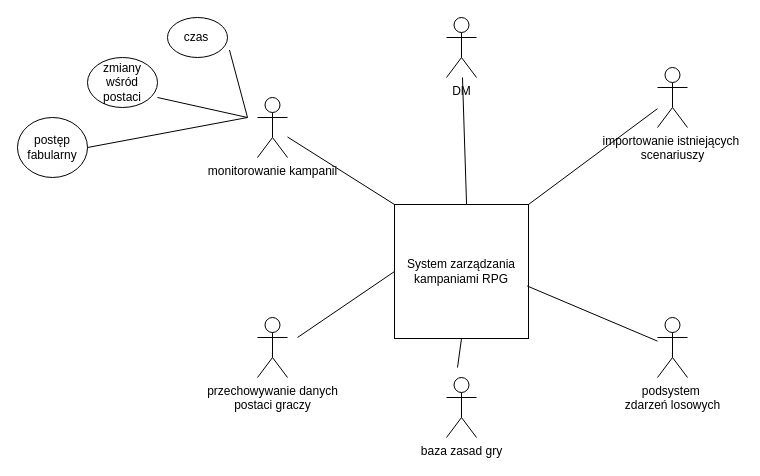
Above: Diagram bez tytułu.drawio in Bundamm/REPOOOOOOOOOOO12 (draw.io), before the change. Source tidied: cells renumbered, new cells numbered last; positions are measured from the earlier drawing's top-left corner, leaving out a move shared by most shapes. Both pictures are drawn from the tidied source at 100%, with x=0, y=0 at pixel (17, 17).
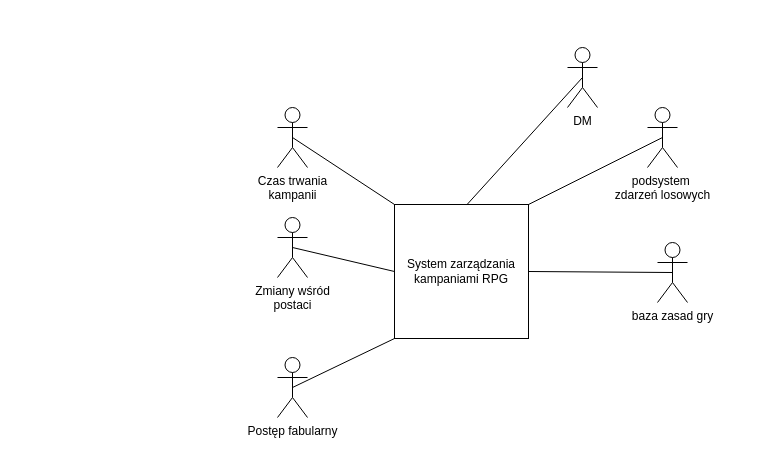
The same diagram, later.

The change refers to these unchanged cells:
```xml
<mxCell id="2" value="System zarządzania kampaniami RPG" style="whiteSpace=wrap;html=1;" parent="1" vertex="1">
  <mxGeometry x="377" y="187" width="134" height="134" as="geometry" />
</mxCell>
```

Diff of the diagram source:
```diff
@@
     <mxCell id="3" value="DM" style="shape=umlActor;verticalLabelPosition=bottom;verticalAlign=top;html=1;outlineConnect=0;" parent="1" vertex="1">
-      <mxGeometry x="429" width="30" height="60" as="geometry" />
+      <mxGeometry x="550" y="30" width="30" height="60" as="geometry" />
     </mxCell>
-    <mxCell id="4" value="importowanie istniejących&amp;nbsp;&lt;div&gt;scenariuszy&lt;/div&gt;" style="shape=umlActor;verticalLabelPosition=bottom;verticalAlign=top;html=1;outlineConnect=0;" parent="1" vertex="1">
-      <mxGeometry x="640" y="50" width="30" height="60" as="geometry" />
-    </mxCell>
-    <mxCell id="5" value="monitorowanie kampanii" style="shape=umlActor;verticalLabelPosition=bottom;verticalAlign=top;html=1;outlineConnect=0;" parent="1" vertex="1">
-      <mxGeometry x="240" y="80" width="30" height="60" as="geometry" />
-    </mxCell>
-    <mxCell id="6" value="przechowywanie danych&lt;div&gt;postaci graczy&lt;/div&gt;" style="shape=umlActor;verticalLabelPosition=bottom;verticalAlign=top;html=1;" parent="1" vertex="1">
-      <mxGeometry x="240" y="300" width="30" height="60" as="geometry" />
-    </mxCell>
     <mxCell id="7" value="podsystem&amp;nbsp;&lt;div&gt;zdarzeń losowych&lt;/div&gt;" style="shape=umlActor;verticalLabelPosition=bottom;verticalAlign=top;html=1;outlineConnect=0;" parent="1" vertex="1">
-      <mxGeometry x="640" y="300" width="30" height="60" as="geometry" />
+      <mxGeometry x="630" y="90" width="30" height="60" as="geometry" />
     </mxCell>
-    <mxCell id="8" style="endArrow=none;html=1;rounded=0;exitX=0.538;exitY=0.004;exitDx=0;exitDy=0;exitPerimeter=0;" parent="1" edge="1" source="2" target="3">
+    <mxCell id="8" style="endArrow=none;html=1;rounded=0;exitX=0.538;exitY=0.004;exitDx=0;exitDy=0;exitPerimeter=0;entryX=0.5;entryY=0.5;entryDx=0;entryDy=0;entryPerimeter=0;" parent="1" edge="1" source="2" target="3">
       <mxGeometry relative="1" as="geometry" />
     </mxCell>
-    <mxCell id="9" style="endArrow=none;html=1;rounded=0;exitX=1;exitY=0;exitDx=0;exitDy=0;" parent="1" edge="1" source="2" target="4">
-      <mxGeometry relative="1" as="geometry" />
-    </mxCell>
-    <mxCell id="10" style="endArrow=none;html=1;rounded=0;exitX=0.99;exitY=0.608;exitDx=0;exitDy=0;exitPerimeter=0;" parent="1" edge="1" source="2" target="7">
+    <mxCell id="10" style="endArrow=none;html=1;rounded=0;exitX=1;exitY=0;exitDx=0;exitDy=0;entryX=0.5;entryY=0.5;entryDx=0;entryDy=0;entryPerimeter=0;" parent="1" edge="1" source="2" target="7">
       <mxGeometry relative="1" as="geometry" />
     </mxCell>
-    <mxCell id="11" style="endArrow=none;html=1;rounded=0;entryX=0;entryY=0.5;entryDx=0;entryDy=0;" parent="1" edge="1" target="2">
-      <mxGeometry relative="1" as="geometry">
-        <mxPoint x="280" y="320" as="sourcePoint" />
-      </mxGeometry>
-    </mxCell>
-    <mxCell id="12" style="endArrow=none;html=1;rounded=0;exitX=0;exitY=0;exitDx=0;exitDy=0;" parent="1" edge="1" source="2" target="5">
-      <mxGeometry relative="1" as="geometry" />
-    </mxCell>
     <mxCell id="13" value="baza zasad gry" style="shape=umlActor;verticalLabelPosition=bottom;verticalAlign=top;html=1;outlineConnect=0;" parent="1" vertex="1">
-      <mxGeometry x="429" y="360" width="30" height="60" as="geometry" />
+      <mxGeometry x="640" y="225" width="30" height="60" as="geometry" />
     </mxCell>
-    <mxCell id="14" style="endArrow=none;html=1;rounded=0;entryX=0.5;entryY=1;entryDx=0;entryDy=0;" parent="1" edge="1" target="2">
-      <mxGeometry relative="1" as="geometry">
-        <mxPoint x="440" y="350" as="sourcePoint" />
-      </mxGeometry>
-    </mxCell>
-    <mxCell id="15" value="czas&lt;span style=&quot;white-space: pre;&quot;&gt;&#9;&lt;/span&gt;" style="ellipse;whiteSpace=wrap;html=1;" parent="1" vertex="1">
-      <mxGeometry x="150" width="60" height="40" as="geometry" />
-    </mxCell>
-    <mxCell id="16" value="zmiany wśród postaci" style="ellipse;whiteSpace=wrap;html=1;" parent="1" vertex="1">
-      <mxGeometry x="70" y="40" width="70" height="50" as="geometry" />
-    </mxCell>
-    <mxCell id="17" value="postęp fabularny" style="ellipse;whiteSpace=wrap;html=1;" parent="1" vertex="1">
-      <mxGeometry y="100" width="70" height="60" as="geometry" />
-    </mxCell>
-    <mxCell id="18" style="endArrow=none;html=1;rounded=0;entryX=1.033;entryY=0.813;entryDx=0;entryDy=0;entryPerimeter=0;" parent="1" edge="1" target="15">
-      <mxGeometry relative="1" as="geometry">
-        <mxPoint x="230" y="100" as="sourcePoint" />
-      </mxGeometry>
-    </mxCell>
-    <mxCell id="19" style="endArrow=none;html=1;rounded=0;entryX=1;entryY=0.8;entryDx=0;entryDy=0;entryPerimeter=0;" parent="1" edge="1" target="16">
-      <mxGeometry relative="1" as="geometry">
-        <mxPoint x="230" y="100" as="sourcePoint" />
-      </mxGeometry>
-    </mxCell>
-    <mxCell id="20" style="endArrow=none;html=1;rounded=0;exitX=1;exitY=0.5;exitDx=0;exitDy=0;" parent="1" edge="1" source="17">
-      <mxGeometry relative="1" as="geometry">
-        <mxPoint x="230" y="100" as="targetPoint" />
-      </mxGeometry>
-    </mxCell>
+    <mxCell id="21" style="endArrow=none;html=1;rounded=0;entryX=0.5;entryY=0.5;entryDx=0;entryDy=0;entryPerimeter=0;exitX=1;exitY=0.5;exitDx=0;exitDy=0;" parent="1" edge="1" source="2" target="13">
+      <mxGeometry relative="1" as="geometry" />
+    </mxCell>
+    <mxCell id="22" value="&lt;div&gt;Czas trwania&lt;/div&gt;&lt;div&gt;kampanii&lt;/div&gt;&lt;div&gt;&lt;br&gt;&lt;/div&gt;" style="shape=umlActor;verticalLabelPosition=bottom;verticalAlign=top;html=1;outlineConnect=0;" parent="1" vertex="1">
+      <mxGeometry x="260" y="90" width="30" height="60" as="geometry" />
+    </mxCell>
+    <mxCell id="23" style="edgeStyle=orthogonalEdgeStyle;rounded=0;jettySize=auto;html=1;exitX=1;exitY=0.3333333333333333;exitDx=0;exitDy=0;exitPerimeter=0;" parent="1" edge="1" source="24">
+      <mxGeometry relative="1" as="geometry">
+        <mxPoint x="290" y="219.7" as="targetPoint" />
+      </mxGeometry>
+    </mxCell>
+    <mxCell id="24" value="&lt;div&gt;Zmiany wśród&lt;/div&gt;&lt;div&gt;postaci&lt;br&gt;&lt;/div&gt;" style="shape=umlActor;verticalLabelPosition=bottom;verticalAlign=top;html=1;outlineConnect=0;" parent="1" vertex="1">
+      <mxGeometry x="260" y="200" width="30" height="60" as="geometry" />
+    </mxCell>
+    <mxCell id="25" value="Postęp fabularny" style="shape=umlActor;verticalLabelPosition=bottom;verticalAlign=top;html=1;outlineConnect=0;" parent="1" vertex="1">
+      <mxGeometry x="260" y="340" width="30" height="60" as="geometry" />
+    </mxCell>
+    <mxCell id="26" style="endArrow=none;html=1;rounded=0;entryX=0;entryY=0;entryDx=0;entryDy=0;exitX=0.5;exitY=0.5;exitDx=0;exitDy=0;exitPerimeter=0;" parent="1" edge="1" source="22" target="2">
+      <mxGeometry relative="1" as="geometry" />
+    </mxCell>
+    <mxCell id="27" style="endArrow=none;html=1;rounded=0;entryX=0;entryY=0.5;entryDx=0;entryDy=0;exitX=0.5;exitY=0.5;exitDx=0;exitDy=0;exitPerimeter=0;" parent="1" edge="1" source="24" target="2">
+      <mxGeometry relative="1" as="geometry" />
+    </mxCell>
+    <mxCell id="28" style="endArrow=none;html=1;rounded=0;entryX=0;entryY=1;entryDx=0;entryDy=0;exitX=0.5;exitY=0.5;exitDx=0;exitDy=0;exitPerimeter=0;" parent="1" edge="1" source="25" target="2">
+      <mxGeometry relative="1" as="geometry" />
+    </mxCell>
```
